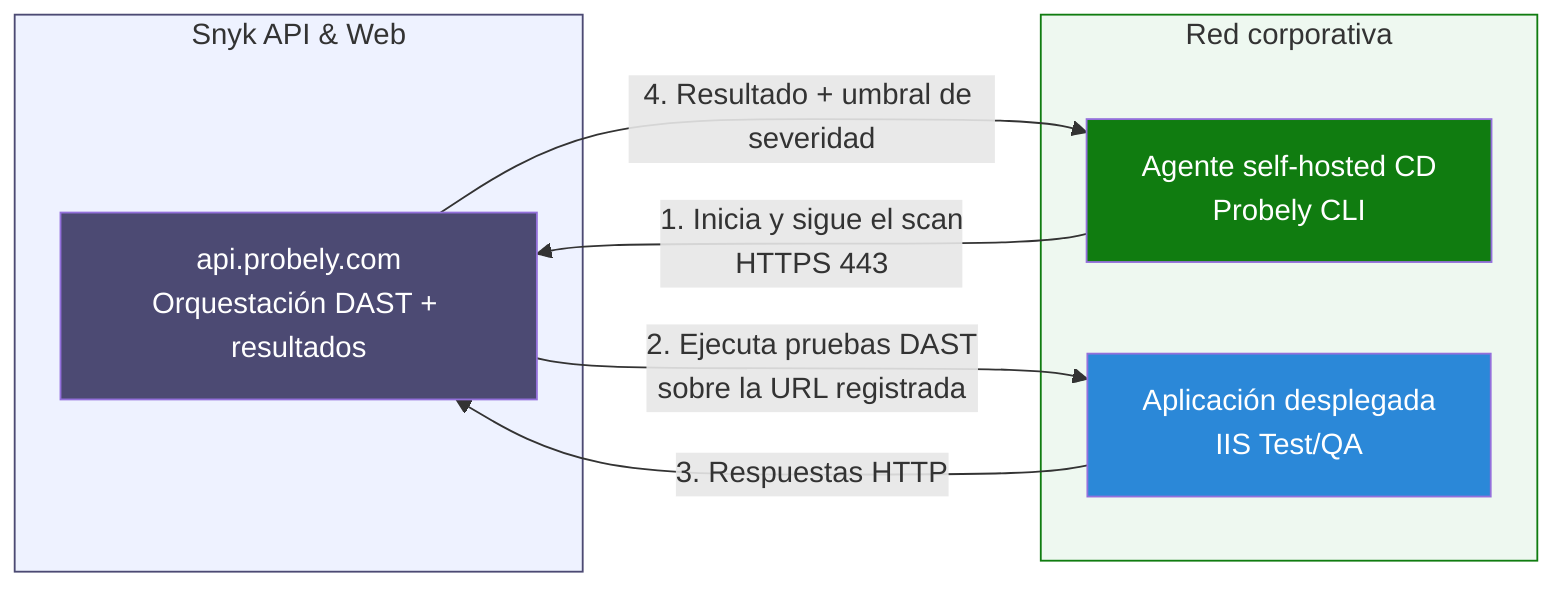
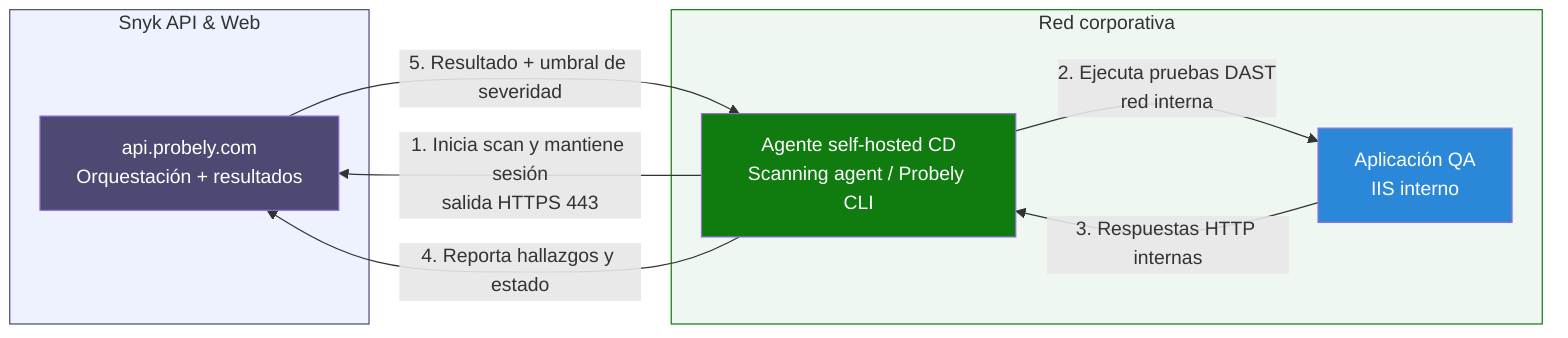
graph LR
    subgraph SNYK["Snyk API & Web"]
-         API["api.probely.com<br/>Orquestación DAST + resultados"]
+         API["api.probely.com<br/>Orquestación + resultados"]
    end

    subgraph ONPREM["Red corporativa"]
-         AGENT["Agente self-hosted CD<br/>Probely CLI"]
-         APP["Aplicación desplegada<br/>IIS Test/QA"]
+         AGENT["Agente self-hosted CD<br/>Scanning agent / Probely CLI"]
+         APP["Aplicación QA<br/>IIS interno"]
    end

-     AGENT -->|"1. Inicia y sigue el scan<br/>HTTPS 443"| API
-     API -->|"2. Ejecuta pruebas DAST<br/>sobre la URL registrada"| APP
-     APP -->|"3. Respuestas HTTP"| API
-     API -->|"4. Resultado + umbral de severidad"| AGENT
+     AGENT -->|"1. Inicia scan y mantiene sesión<br/>salida HTTPS 443"| API
+     AGENT -->|"2. Ejecuta pruebas DAST<br/>red interna"| APP
+     APP -->|"3. Respuestas HTTP internas"| AGENT
+     AGENT -->|"4. Reporta hallazgos y estado"| API
+     API -->|"5. Resultado + umbral de severidad"| AGENT

    style SNYK fill:#eef2ff,stroke:#4c4a73
    style ONPREM fill:#eef8f0,stroke:#107c10
    style API fill:#4c4a73,color:#fff
    style AGENT fill:#107c10,color:#fff
    style APP fill:#2b88d8,color:#fff
